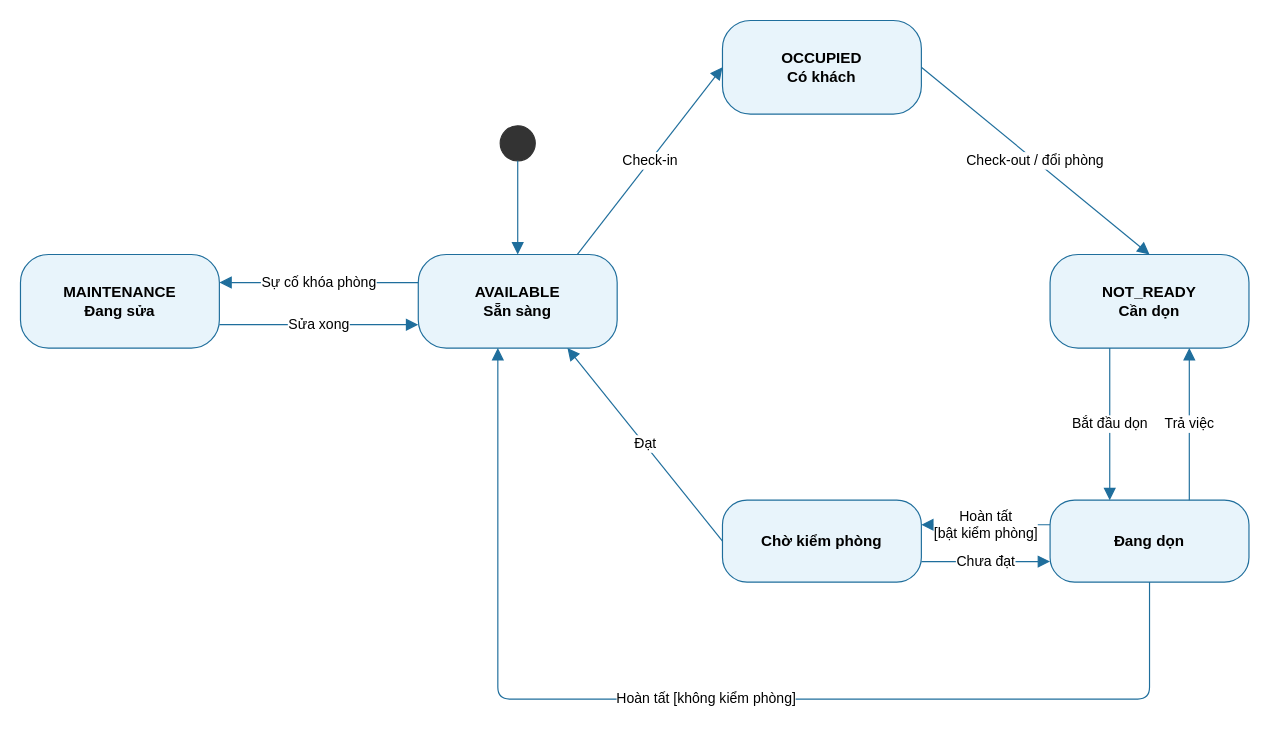
Above: docs/thiet-ke/tt-phong.drawio in ngynquchn2511/beach-hotel (draw.io), before the change. Source tidied: cells renumbered, new cells numbered last; positions are measured from the earlier drawing's top-left corner, leaving out a move shared by most shapes. Both pictures are drawn from the tidied source at 117%, with x=0, y=0 at pixel (20, 20).
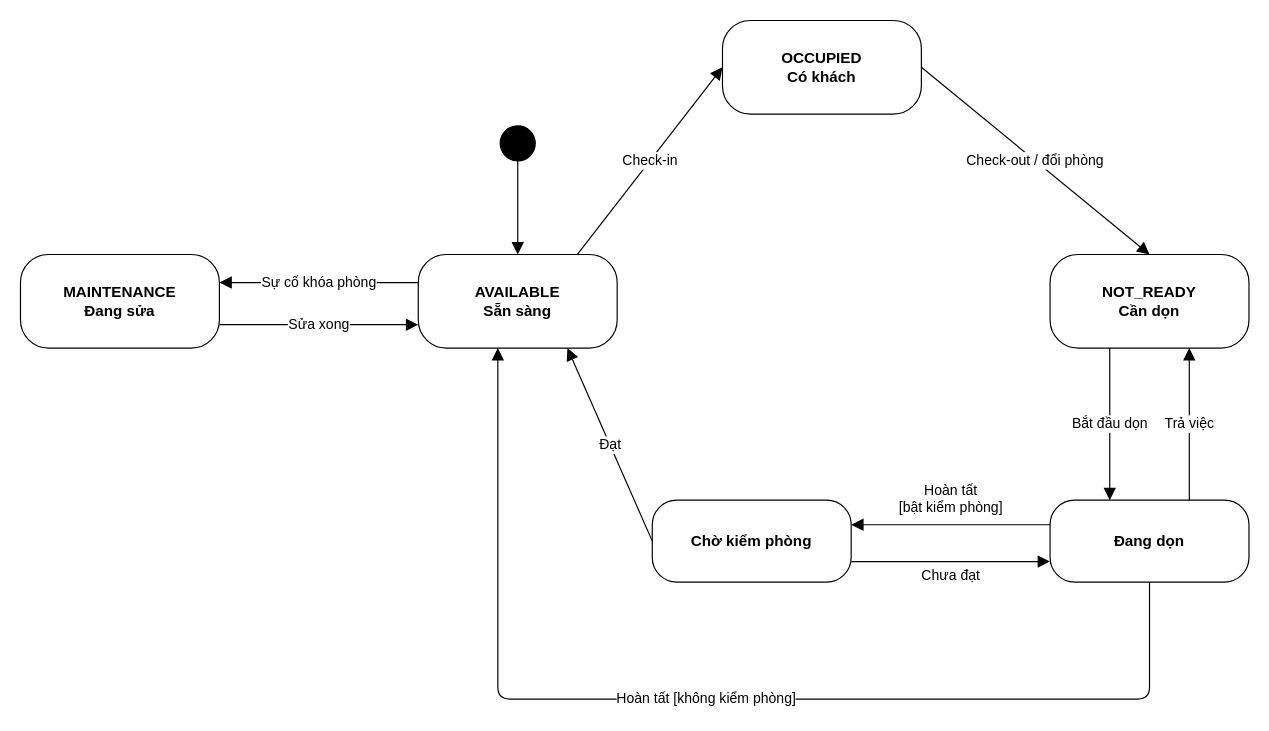
The same diagram, later.

What changed in the source:
```diff
@@
-    <mxCell id="2" style="ellipse;html=1;fillColor=#333333;strokeColor=#333333;" parent="1" vertex="1">
+    <mxCell id="2" style="ellipse;html=1;fillColor=#000000;strokeColor=#000000;" parent="1" vertex="1">
       <mxGeometry x="410" y="90" width="30" height="30" as="geometry" />
     </mxCell>
-    <mxCell id="3" value="AVAILABLE&lt;br&gt;Sẵn sàng" style="rounded=1;whiteSpace=wrap;html=1;arcSize=30;fillColor=#E8F4FB;strokeColor=#1F6E9C;fontSize=13;fontStyle=1;" parent="1" vertex="1">
+    <mxCell id="3" value="AVAILABLE&lt;br&gt;Sẵn sàng" style="rounded=1;whiteSpace=wrap;html=1;arcSize=30;fillColor=#FFFFFF;strokeColor=#000000;fontSize=13;fontStyle=1;" parent="1" vertex="1">
       <mxGeometry x="340" y="200" width="170" height="80" as="geometry" />
     </mxCell>
-    <mxCell id="4" value="MAINTENANCE&lt;br&gt;Đang sửa" style="rounded=1;whiteSpace=wrap;html=1;arcSize=30;fillColor=#E8F4FB;strokeColor=#1F6E9C;fontSize=13;fontStyle=1;" parent="1" vertex="1">
+    <mxCell id="4" value="MAINTENANCE&lt;br&gt;Đang sửa" style="rounded=1;whiteSpace=wrap;html=1;arcSize=30;fillColor=#FFFFFF;strokeColor=#000000;fontSize=13;fontStyle=1;" parent="1" vertex="1">
       <mxGeometry y="200" width="170" height="80" as="geometry" />
     </mxCell>
-    <mxCell id="5" value="OCCUPIED&lt;br&gt;Có khách" style="rounded=1;whiteSpace=wrap;html=1;arcSize=30;fillColor=#E8F4FB;strokeColor=#1F6E9C;fontSize=13;fontStyle=1;" parent="1" vertex="1">
+    <mxCell id="5" value="OCCUPIED&lt;br&gt;Có khách" style="rounded=1;whiteSpace=wrap;html=1;arcSize=30;fillColor=#FFFFFF;strokeColor=#000000;fontSize=13;fontStyle=1;" parent="1" vertex="1">
       <mxGeometry x="600" width="170" height="80" as="geometry" />
     </mxCell>
-    <mxCell id="6" value="NOT_READY&lt;br&gt;Cần dọn" style="rounded=1;whiteSpace=wrap;html=1;arcSize=30;fillColor=#E8F4FB;strokeColor=#1F6E9C;fontSize=13;fontStyle=1;" parent="1" vertex="1">
+    <mxCell id="6" value="NOT_READY&lt;br&gt;Cần dọn" style="rounded=1;whiteSpace=wrap;html=1;arcSize=30;fillColor=#FFFFFF;strokeColor=#000000;fontSize=13;fontStyle=1;" parent="1" vertex="1">
       <mxGeometry x="880" y="200" width="170" height="80" as="geometry" />
     </mxCell>
-    <mxCell id="7" value="Đang dọn" style="rounded=1;whiteSpace=wrap;html=1;arcSize=30;fillColor=#E8F4FB;strokeColor=#1F6E9C;fontSize=13;fontStyle=1;" parent="1" vertex="1">
+    <mxCell id="7" value="Đang dọn" style="rounded=1;whiteSpace=wrap;html=1;arcSize=30;fillColor=#FFFFFF;strokeColor=#000000;fontSize=13;fontStyle=1;" parent="1" vertex="1">
       <mxGeometry x="880" y="410" width="170" height="70" as="geometry" />
     </mxCell>
-    <mxCell id="8" value="Chờ kiểm phòng" style="rounded=1;whiteSpace=wrap;html=1;arcSize=30;fillColor=#E8F4FB;strokeColor=#1F6E9C;fontSize=13;fontStyle=1;" parent="1" vertex="1">
-      <mxGeometry x="600" y="410" width="170" height="70" as="geometry" />
+    <mxCell id="8" value="Chờ kiểm phòng" style="rounded=1;whiteSpace=wrap;html=1;arcSize=30;fillColor=#FFFFFF;strokeColor=#000000;fontSize=13;fontStyle=1;" parent="1" vertex="1">
+      <mxGeometry x="540" y="410" width="170" height="70" as="geometry" />
     </mxCell>
-    <mxCell id="9" style="html=1;endArrow=block;endFill=1;endSize=8;strokeColor=#1F6E9C;fontSize=12;labelBackgroundColor=#FFFFFF;" parent="1" edge="1" source="2" target="3">
+    <mxCell id="9" style="html=1;endArrow=block;endFill=1;endSize=8;strokeColor=#000000;fontSize=12;labelBackgroundColor=#FFFFFF;" parent="1" edge="1" source="2" target="3">
       <mxGeometry relative="1" as="geometry" />
     </mxCell>
-    <mxCell id="10" value="Check-in" style="html=1;endArrow=block;endFill=1;endSize=8;strokeColor=#1F6E9C;fontSize=12;labelBackgroundColor=#FFFFFF;exitX=0.8;exitY=0;exitDx=0;exitDy=0;entryX=0;entryY=0.5;entryDx=0;entryDy=0;" parent="1" edge="1" source="3" target="5">
+    <mxCell id="10" value="Check-in" style="html=1;endArrow=block;endFill=1;endSize=8;strokeColor=#000000;fontSize=12;labelBackgroundColor=#FFFFFF;exitX=0.8;exitY=0;exitDx=0;exitDy=0;entryX=0;entryY=0.5;entryDx=0;entryDy=0;" parent="1" edge="1" source="3" target="5">
       <mxGeometry relative="1" as="geometry" />
     </mxCell>
-    <mxCell id="11" value="Check-out / đổi phòng" style="html=1;endArrow=block;endFill=1;endSize=8;strokeColor=#1F6E9C;fontSize=12;labelBackgroundColor=#FFFFFF;exitX=1;exitY=0.5;exitDx=0;exitDy=0;entryX=0.5;entryY=0;entryDx=0;entryDy=0;" parent="1" edge="1" source="5" target="6">
+    <mxCell id="11" value="Check-out / đổi phòng" style="html=1;endArrow=block;endFill=1;endSize=8;strokeColor=#000000;fontSize=12;labelBackgroundColor=#FFFFFF;exitX=1;exitY=0.5;exitDx=0;exitDy=0;entryX=0.5;entryY=0;entryDx=0;entryDy=0;" parent="1" edge="1" source="5" target="6">
       <mxGeometry relative="1" as="geometry" />
     </mxCell>
-    <mxCell id="12" value="Bắt đầu dọn" style="html=1;endArrow=block;endFill=1;endSize=8;strokeColor=#1F6E9C;fontSize=12;labelBackgroundColor=#FFFFFF;exitX=0.3;exitY=1;exitDx=0;exitDy=0;entryX=0.3;entryY=0;entryDx=0;entryDy=0;" parent="1" edge="1" source="6" target="7">
+    <mxCell id="12" value="Bắt đầu dọn" style="html=1;endArrow=block;endFill=1;endSize=8;strokeColor=#000000;fontSize=12;labelBackgroundColor=#FFFFFF;exitX=0.3;exitY=1;exitDx=0;exitDy=0;entryX=0.3;entryY=0;entryDx=0;entryDy=0;" parent="1" edge="1" source="6" target="7">
       <mxGeometry relative="1" as="geometry" />
     </mxCell>
-    <mxCell id="13" value="Trả việc" style="html=1;endArrow=block;endFill=1;endSize=8;strokeColor=#1F6E9C;fontSize=12;labelBackgroundColor=#FFFFFF;exitX=0.7;exitY=0;exitDx=0;exitDy=0;entryX=0.7;entryY=1;entryDx=0;entryDy=0;" parent="1" edge="1" source="7" target="6">
+    <mxCell id="13" value="Trả việc" style="html=1;endArrow=block;endFill=1;endSize=8;strokeColor=#000000;fontSize=12;labelBackgroundColor=#FFFFFF;exitX=0.7;exitY=0;exitDx=0;exitDy=0;entryX=0.7;entryY=1;entryDx=0;entryDy=0;" parent="1" edge="1" source="7" target="6">
       <mxGeometry relative="1" as="geometry" />
     </mxCell>
-    <mxCell id="14" value="Hoàn tất&lt;br&gt;[bật kiểm phòng]" style="html=1;endArrow=block;endFill=1;endSize=8;strokeColor=#1F6E9C;fontSize=12;labelBackgroundColor=#FFFFFF;exitX=0;exitY=0.3;exitDx=0;exitDy=0;entryX=1;entryY=0.3;entryDx=0;entryDy=0;" parent="1" edge="1" source="7" target="8">
-      <mxGeometry relative="1" as="geometry" />
+    <mxCell id="14" value="Hoàn tất&lt;br&gt;[bật kiểm phòng]" style="html=1;endArrow=block;endFill=1;endSize=8;strokeColor=#000000;fontSize=12;labelBackgroundColor=#FFFFFF;exitX=0;exitY=0.3;exitDx=0;exitDy=0;entryX=1;entryY=0.3;entryDx=0;entryDy=0;" parent="1" edge="1" source="7" target="8">
+      <mxGeometry relative="1" as="geometry">
+        <mxPoint y="-22" as="offset" />
+      </mxGeometry>
     </mxCell>
-    <mxCell id="15" value="Chưa đạt" style="html=1;endArrow=block;endFill=1;endSize=8;strokeColor=#1F6E9C;fontSize=12;labelBackgroundColor=#FFFFFF;exitX=1;exitY=0.75;exitDx=0;exitDy=0;entryX=0;entryY=0.75;entryDx=0;entryDy=0;" parent="1" edge="1" source="8" target="7">
-      <mxGeometry relative="1" as="geometry" />
+    <mxCell id="15" value="Chưa đạt" style="html=1;endArrow=block;endFill=1;endSize=8;strokeColor=#000000;fontSize=12;labelBackgroundColor=#FFFFFF;exitX=1;exitY=0.75;exitDx=0;exitDy=0;entryX=0;entryY=0.75;entryDx=0;entryDy=0;" parent="1" edge="1" source="8" target="7">
+      <mxGeometry relative="1" as="geometry">
+        <mxPoint y="12" as="offset" />
+      </mxGeometry>
     </mxCell>
-    <mxCell id="16" value="Đạt" style="html=1;endArrow=block;endFill=1;endSize=8;strokeColor=#1F6E9C;fontSize=12;labelBackgroundColor=#FFFFFF;exitX=0;exitY=0.5;exitDx=0;exitDy=0;entryX=0.75;entryY=1;entryDx=0;entryDy=0;" parent="1" edge="1" source="8" target="3">
+    <mxCell id="16" value="Đạt" style="html=1;endArrow=block;endFill=1;endSize=8;strokeColor=#000000;fontSize=12;labelBackgroundColor=#FFFFFF;exitX=0;exitY=0.5;exitDx=0;exitDy=0;entryX=0.75;entryY=1;entryDx=0;entryDy=0;" parent="1" edge="1" source="8" target="3">
       <mxGeometry relative="1" as="geometry" />
     </mxCell>
-    <mxCell id="17" value="Hoàn tất [không kiểm phòng]" style="html=1;endArrow=block;endFill=1;endSize=8;strokeColor=#1F6E9C;fontSize=12;labelBackgroundColor=#FFFFFF;exitX=0.5;exitY=1;exitDx=0;exitDy=0;entryX=0.4;entryY=1;entryDx=0;entryDy=0;" parent="1" edge="1" source="7" target="3">
+    <mxCell id="17" value="Hoàn tất [không kiểm phòng]" style="html=1;endArrow=block;endFill=1;endSize=8;strokeColor=#000000;fontSize=12;labelBackgroundColor=#FFFFFF;exitX=0.5;exitY=1;exitDx=0;exitDy=0;entryX=0.4;entryY=1;entryDx=0;entryDy=0;" parent="1" edge="1" source="7" target="3">
       <mxGeometry relative="1" as="geometry">
         <Array as="points">
           <mxPoint x="965" y="580" />
           <mxPoint x="408" y="580" />
         </Array>
       </mxGeometry>
     </mxCell>
-    <mxCell id="18" value="Sự cố khóa phòng" style="html=1;endArrow=block;endFill=1;endSize=8;strokeColor=#1F6E9C;fontSize=12;labelBackgroundColor=#FFFFFF;exitX=0;exitY=0.3;exitDx=0;exitDy=0;entryX=1;entryY=0.3;entryDx=0;entryDy=0;" parent="1" edge="1" source="3" target="4">
+    <mxCell id="18" value="Sự cố khóa phòng" style="html=1;endArrow=block;endFill=1;endSize=8;strokeColor=#000000;fontSize=12;labelBackgroundColor=#FFFFFF;exitX=0;exitY=0.3;exitDx=0;exitDy=0;entryX=1;entryY=0.3;entryDx=0;entryDy=0;" parent="1" edge="1" source="3" target="4">
       <mxGeometry relative="1" as="geometry" />
     </mxCell>
-    <mxCell id="19" value="Sửa xong" style="html=1;endArrow=block;endFill=1;endSize=8;strokeColor=#1F6E9C;fontSize=12;labelBackgroundColor=#FFFFFF;exitX=1;exitY=0.75;exitDx=0;exitDy=0;entryX=0;entryY=0.75;entryDx=0;entryDy=0;" parent="1" edge="1" source="4" target="3">
+    <mxCell id="19" value="Sửa xong" style="html=1;endArrow=block;endFill=1;endSize=8;strokeColor=#000000;fontSize=12;labelBackgroundColor=#FFFFFF;exitX=1;exitY=0.75;exitDx=0;exitDy=0;entryX=0;entryY=0.75;entryDx=0;entryDy=0;" parent="1" edge="1" source="4" target="3">
       <mxGeometry relative="1" as="geometry" />
     </mxCell>
```
